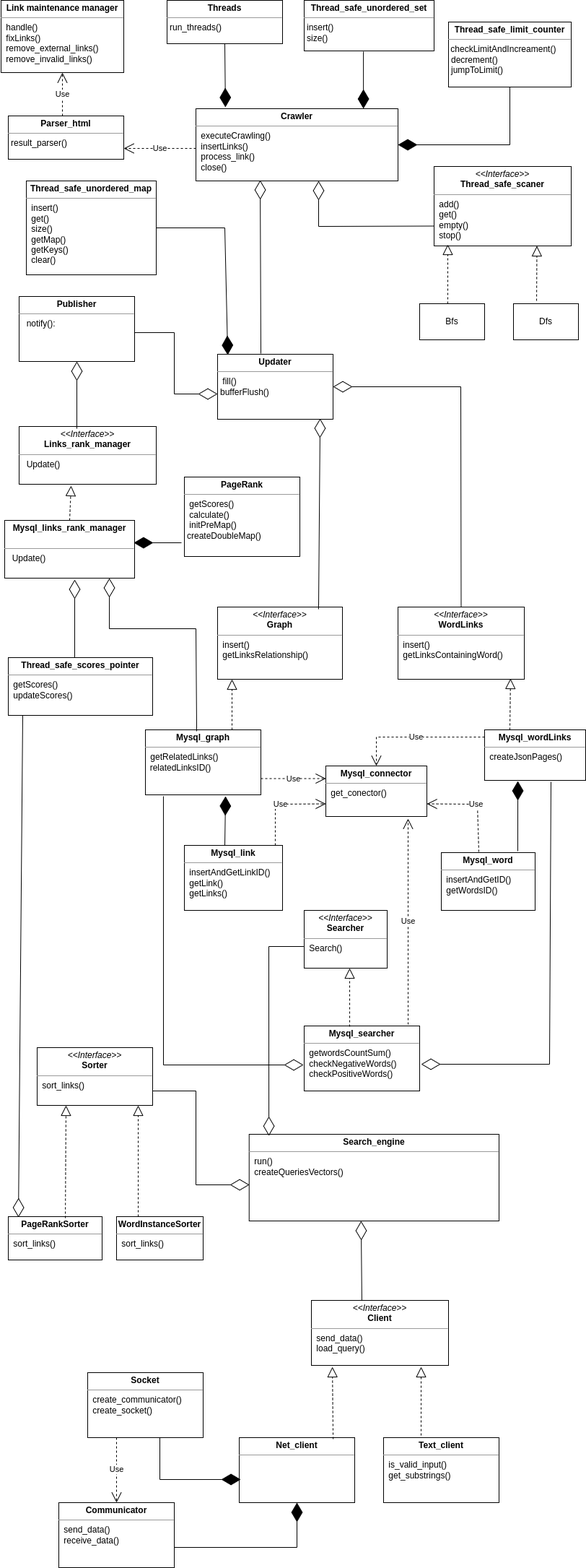
israelberger2/search_engine- keeps this draw.io diagram as unl_project.png. Above is the earlier version. Source tidied: cells renumbered, new cells last; positions are measured from the earlier drawing's top-left corner, leaving out a move shared by most shapes.
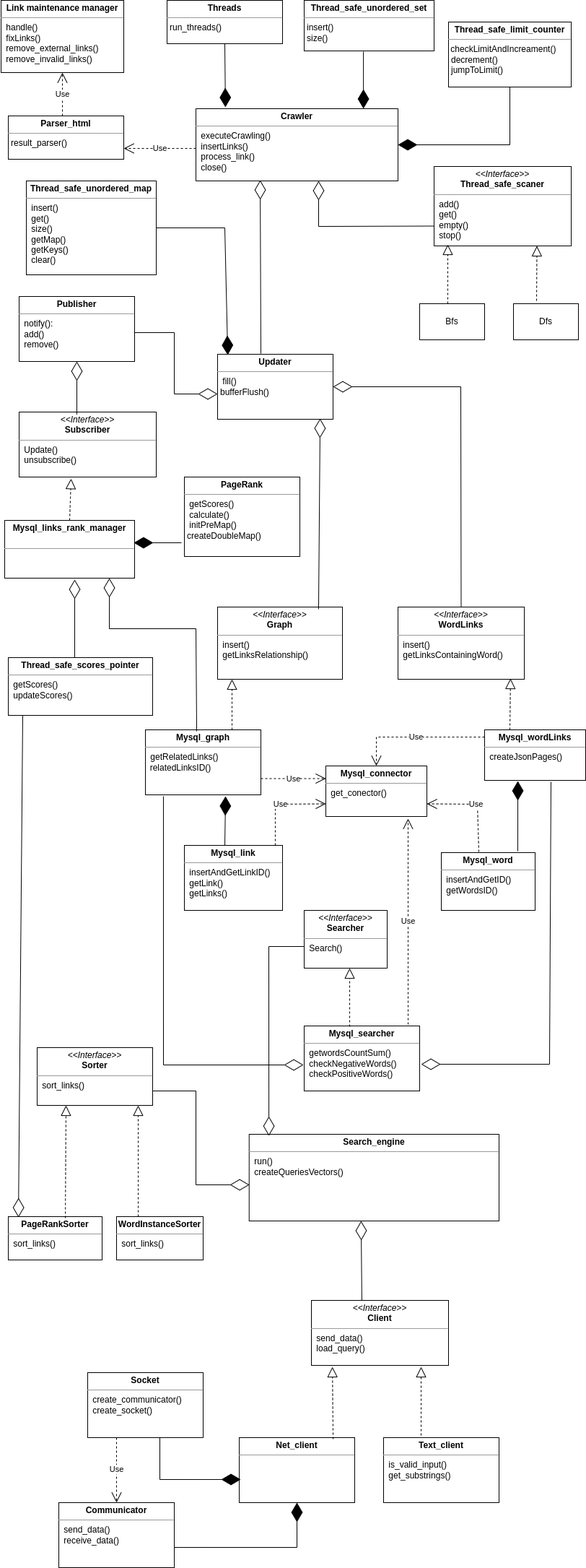
The same diagram one commit later.

What changed in the source:
```diff
@@ -69,13 +69,13 @@
         <mxPoint x="360" y="489" as="sourcePoint" />
       </mxGeometry>
     </mxCell>
-    <mxCell id="21" value="&lt;p style=&quot;margin:0px;margin-top:4px;text-align:center;&quot;&gt;&lt;b&gt;Publisher&lt;/b&gt;&lt;/p&gt;&lt;hr size=&quot;1&quot;&gt;&lt;p style=&quot;margin:0px;margin-left:4px;&quot;&gt;&lt;/p&gt;&lt;p style=&quot;margin:0px;margin-left:4px;&quot;&gt;&amp;nbsp; notify():&amp;nbsp;&lt;/p&gt;" style="verticalAlign=top;align=left;overflow=fill;fontSize=12;fontFamily=Helvetica;html=1;whiteSpace=wrap;" parent="1" vertex="1">
+    <mxCell id="21" value="&lt;p style=&quot;margin:0px;margin-top:4px;text-align:center;&quot;&gt;&lt;b&gt;Publisher&lt;/b&gt;&lt;/p&gt;&lt;hr size=&quot;1&quot;&gt;&lt;p style=&quot;margin:0px;margin-left:4px;&quot;&gt;&lt;/p&gt;&lt;p style=&quot;margin:0px;margin-left:4px;&quot;&gt;&amp;nbsp;notify():&amp;nbsp;&lt;/p&gt;&lt;p style=&quot;margin:0px;margin-left:4px;&quot;&gt;&amp;nbsp;add()&lt;/p&gt;&lt;p style=&quot;margin:0px;margin-left:4px;&quot;&gt;&amp;nbsp;remove()&lt;/p&gt;" style="verticalAlign=top;align=left;overflow=fill;fontSize=12;fontFamily=Helvetica;html=1;whiteSpace=wrap;" parent="1" vertex="1">
       <mxGeometry x="25" y="410" width="160" height="90" as="geometry" />
     </mxCell>
-    <mxCell id="22" value="&lt;p style=&quot;margin:0px;margin-top:4px;text-align:center;&quot;&gt;&lt;i&gt;&amp;lt;&amp;lt;Interface&amp;gt;&amp;gt;&lt;/i&gt;&lt;br&gt;&lt;b&gt;Links_rank_manager&lt;/b&gt;&lt;/p&gt;&lt;hr size=&quot;1&quot;&gt;&lt;p style=&quot;margin:0px;margin-left:4px;&quot;&gt;&lt;/p&gt;&lt;p style=&quot;margin:0px;margin-left:4px;&quot;&gt;&amp;nbsp; Update()&lt;/p&gt;" style="verticalAlign=top;align=left;overflow=fill;fontSize=12;fontFamily=Helvetica;html=1;whiteSpace=wrap;" parent="1" vertex="1">
-      <mxGeometry x="25" y="590" width="190" height="80" as="geometry" />
+    <mxCell id="22" value="&lt;p style=&quot;margin:0px;margin-top:4px;text-align:center;&quot;&gt;&lt;i&gt;&amp;lt;&amp;lt;Interface&amp;gt;&amp;gt;&lt;/i&gt;&lt;br&gt;&lt;b&gt;Subscriber&lt;/b&gt;&lt;/p&gt;&lt;hr size=&quot;1&quot;&gt;&lt;p style=&quot;margin:0px;margin-left:4px;&quot;&gt;&lt;/p&gt;&lt;p style=&quot;margin:0px;margin-left:4px;&quot;&gt;&amp;nbsp;Update()&lt;/p&gt;&lt;p style=&quot;margin:0px;margin-left:4px;&quot;&gt;&amp;nbsp;unsubscribe()&lt;/p&gt;" style="verticalAlign=top;align=left;overflow=fill;fontSize=12;fontFamily=Helvetica;html=1;whiteSpace=wrap;" parent="1" vertex="1">
+      <mxGeometry x="25" y="570" width="190" height="90" as="geometry" />
     </mxCell>
-    <mxCell id="23" value="&lt;p style=&quot;margin:0px;margin-top:4px;text-align:center;&quot;&gt;&lt;b style=&quot;border-color: var(--border-color);&quot;&gt;Mysql_links_rank_manager&lt;/b&gt;&lt;br&gt;&lt;/p&gt;&lt;div&gt;&lt;b style=&quot;border-color: var(--border-color);&quot;&gt;&lt;br&gt;&lt;/b&gt;&lt;/div&gt;&lt;hr size=&quot;1&quot;&gt;&lt;p style=&quot;margin:0px;margin-left:4px;&quot;&gt;&lt;/p&gt;&lt;p style=&quot;margin:0px;margin-left:4px;&quot;&gt;&amp;nbsp; Update()&lt;br&gt;&lt;/p&gt;" style="verticalAlign=top;align=left;overflow=fill;fontSize=12;fontFamily=Helvetica;html=1;whiteSpace=wrap;" parent="1" vertex="1">
+    <mxCell id="23" value="&lt;p style=&quot;margin:0px;margin-top:4px;text-align:center;&quot;&gt;&lt;b style=&quot;border-color: var(--border-color);&quot;&gt;Mysql_links_rank_manager&lt;/b&gt;&lt;br&gt;&lt;/p&gt;&lt;div&gt;&lt;b style=&quot;border-color: var(--border-color);&quot;&gt;&lt;br&gt;&lt;/b&gt;&lt;/div&gt;&lt;hr size=&quot;1&quot;&gt;&lt;p style=&quot;margin:0px;margin-left:4px;&quot;&gt;&lt;/p&gt;&lt;p style=&quot;margin:0px;margin-left:4px;&quot;&gt;&amp;nbsp;&lt;/p&gt;" style="verticalAlign=top;align=left;overflow=fill;fontSize=12;fontFamily=Helvetica;html=1;whiteSpace=wrap;" parent="1" vertex="1">
       <mxGeometry x="5" y="720" width="180" height="80" as="geometry" />
     </mxCell>
     <mxCell id="24" value="&lt;p style=&quot;margin:0px;margin-top:4px;text-align:center;&quot;&gt;&lt;b&gt;Thread_safe_scores_pointer&lt;/b&gt;&lt;/p&gt;&lt;hr size=&quot;1&quot;&gt;&lt;p style=&quot;margin:0px;margin-left:4px;&quot;&gt;&lt;/p&gt;&lt;p style=&quot;margin:0px;margin-left:4px;&quot;&gt;&amp;nbsp;getScores()&lt;/p&gt;&lt;p style=&quot;margin:0px;margin-left:4px;&quot;&gt;&amp;nbsp;updateScores()&lt;/p&gt;&lt;p style=&quot;margin:0px;margin-left:4px;&quot;&gt;&lt;br&gt;&lt;/p&gt;" style="verticalAlign=top;align=left;overflow=fill;fontSize=12;fontFamily=Helvetica;html=1;whiteSpace=wrap;" parent="1" vertex="1">
```
